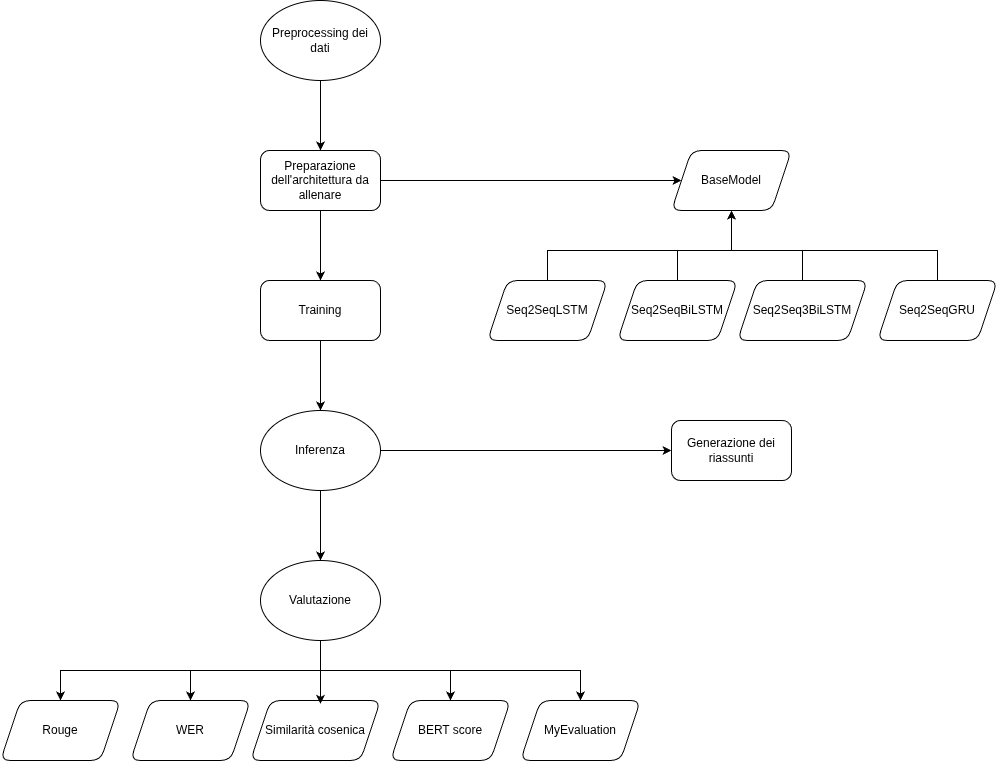
Earlier version of the draw.io export report/media/pipeline.png (enricoferraiolo/text-summarizer). Source tidied: cells renumbered, new cells last; positions are measured from the earlier drawing's top-left corner, leaving out a move shared by most shapes.
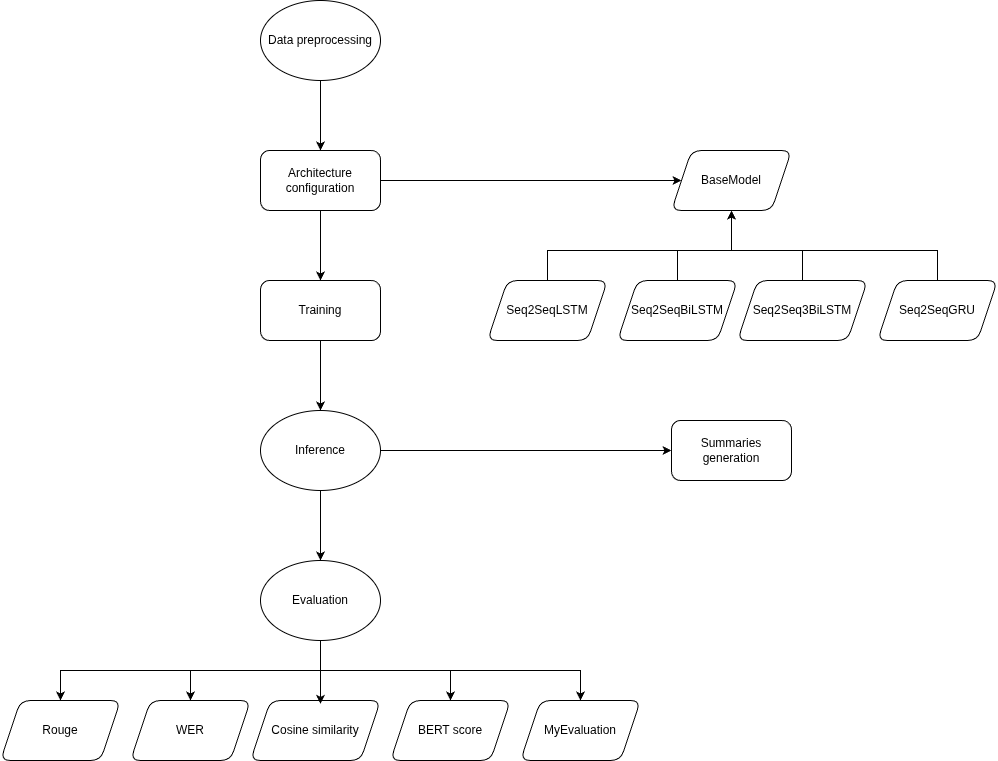
The same diagram one commit later.

Diff of the diagram source:
```diff
@@ -11,7 +11,7 @@
     <mxCell id="4" style="edgeStyle=orthogonalEdgeStyle;rounded=0;jettySize=auto;html=1;entryX=0;entryY=0.5;entryDx=0;entryDy=0;" parent="1" edge="1" source="5" target="30">
       <mxGeometry relative="1" as="geometry" />
     </mxCell>
-    <mxCell id="5" value="Preparazione dell'architettura da allenare" style="whiteSpace=wrap;html=1;fillColor=default;rounded=1;" parent="1" vertex="1">
+    <mxCell id="5" value="Architecture configuration" style="whiteSpace=wrap;html=1;fillColor=default;rounded=1;" parent="1" vertex="1">
       <mxGeometry x="260" y="150" width="120" height="60" as="geometry" />
     </mxCell>
     <mxCell id="6" style="edgeStyle=orthogonalEdgeStyle;rounded=0;jettySize=auto;html=1;entryX=0.5;entryY=0;entryDx=0;entryDy=0;" parent="1" edge="1" source="7" target="18">
@@ -70,10 +70,10 @@
     <mxCell id="17" style="edgeStyle=orthogonalEdgeStyle;rounded=0;jettySize=auto;html=1;entryX=0;entryY=0.5;entryDx=0;entryDy=0;" parent="1" edge="1" source="18" target="19">
       <mxGeometry relative="1" as="geometry" />
     </mxCell>
-    <mxCell id="18" value="Inferenza" style="ellipse;whiteSpace=wrap;html=1;fillColor=default;" parent="1" vertex="1">
+    <mxCell id="18" value="Inference" style="ellipse;whiteSpace=wrap;html=1;fillColor=default;" parent="1" vertex="1">
       <mxGeometry x="260" y="410" width="120" height="80" as="geometry" />
     </mxCell>
-    <mxCell id="19" value="Generazione dei riassunti" style="whiteSpace=wrap;html=1;fillColor=default;rounded=1;" parent="1" vertex="1">
+    <mxCell id="19" value="Summaries generation" style="whiteSpace=wrap;html=1;fillColor=default;rounded=1;" parent="1" vertex="1">
       <mxGeometry x="671" y="420" width="120" height="60" as="geometry" />
     </mxCell>
     <mxCell id="20" style="edgeStyle=orthogonalEdgeStyle;rounded=0;jettySize=auto;html=1;" parent="1" edge="1" source="24" target="28">
@@ -108,7 +108,7 @@
         </Array>
       </mxGeometry>
     </mxCell>
-    <mxCell id="24" value="Valutazione" style="ellipse;whiteSpace=wrap;html=1;fillColor=default;" parent="1" vertex="1">
+    <mxCell id="24" value="Evaluation" style="ellipse;whiteSpace=wrap;html=1;fillColor=default;" parent="1" vertex="1">
       <mxGeometry x="260" y="560" width="120" height="80" as="geometry" />
     </mxCell>
     <mxCell id="25" value="Rouge" style="shape=parallelogram;perimeter=parallelogramPerimeter;whiteSpace=wrap;html=1;fixedSize=1;fillColor=default;rounded=1;" parent="1" vertex="1">
@@ -117,7 +117,7 @@
     <mxCell id="26" value="WER" style="shape=parallelogram;perimeter=parallelogramPerimeter;whiteSpace=wrap;html=1;fixedSize=1;fillColor=default;rounded=1;" parent="1" vertex="1">
       <mxGeometry x="130" y="700" width="120" height="60" as="geometry" />
     </mxCell>
-    <mxCell id="27" value="Similarità cosenica" style="shape=parallelogram;perimeter=parallelogramPerimeter;whiteSpace=wrap;html=1;fixedSize=1;fillColor=default;rounded=1;" parent="1" vertex="1">
+    <mxCell id="27" value="Cosine similarity" style="shape=parallelogram;perimeter=parallelogramPerimeter;whiteSpace=wrap;html=1;fixedSize=1;fillColor=default;rounded=1;" parent="1" vertex="1">
       <mxGeometry x="250" y="700" width="130" height="60" as="geometry" />
     </mxCell>
     <mxCell id="28" value="BERT score" style="shape=parallelogram;perimeter=parallelogramPerimeter;whiteSpace=wrap;html=1;fixedSize=1;fillColor=default;rounded=1;" parent="1" vertex="1">
@@ -132,7 +132,7 @@
     <mxCell id="31" style="edgeStyle=orthogonalEdgeStyle;rounded=0;jettySize=auto;html=1;entryX=0.538;entryY=0.055;entryDx=0;entryDy=0;entryPerimeter=0;" parent="1" edge="1" source="24" target="27">
       <mxGeometry relative="1" as="geometry" />
     </mxCell>
-    <mxCell id="32" value="Preprocessing dei dati" style="ellipse;whiteSpace=wrap;html=1;fillColor=default;" parent="1" vertex="1">
+    <mxCell id="32" value="Data preprocessing" style="ellipse;whiteSpace=wrap;html=1;fillColor=default;" parent="1" vertex="1">
       <mxGeometry x="260" width="120" height="80" as="geometry" />
     </mxCell>
   </root>
```
